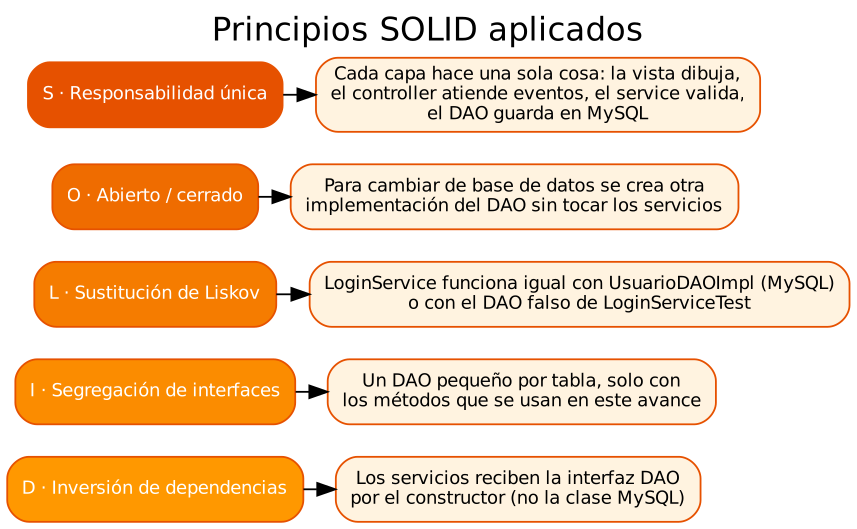
Earlier version of the Graphviz export docs/diagramas/solid.png (tonylee-ops/don-caffeto-apf3). Its source is kept beside it as docs/diagramas/solid.dot.
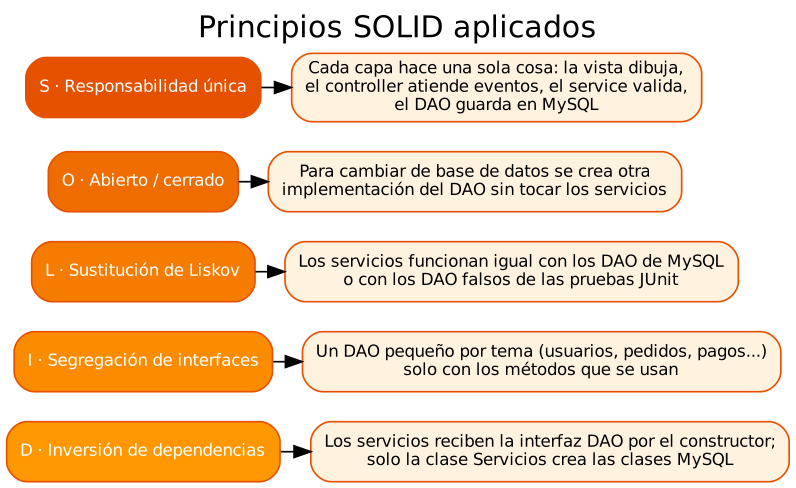
Above is the later version.

Change to the diagram source:
```diff
@@ -9,9 +9,9 @@
   node [fillcolor="#FFF3E0"];
   S1 [label="Cada capa hace una sola cosa: la vista dibuja,\nel controller atiende eventos, el service valida,\nel DAO guarda en MySQL"];
   O1 [label="Para cambiar de base de datos se crea otra\nimplementación del DAO sin tocar los servicios"];
-  L1 [label="LoginService funciona igual con UsuarioDAOImpl (MySQL)\no con el DAO falso de LoginServiceTest"];
-  I1 [label="Un DAO pequeño por tabla, solo con\nlos métodos que se usan en este avance"];
-  D1 [label="Los servicios reciben la interfaz DAO\npor el constructor (no la clase MySQL)"];
+  L1 [label="Los servicios funcionan igual con los DAO de MySQL\no con los DAO falsos de las pruebas JUnit"];
+  I1 [label="Un DAO pequeño por tema (usuarios, pedidos, pagos...)\nsolo con los métodos que se usan"];
+  D1 [label="Los servicios reciben la interfaz DAO por el constructor;\nsolo la clase Servicios crea las clases MySQL"];
   {rank=same; S; S1} {rank=same; O; O1} {rank=same; L; L1} {rank=same; I; I1} {rank=same; D; D1}
   S -> S1; O -> O1; L -> L1; I -> I1; D -> D1; S -> O -> L -> I -> D [style=invis];
 }
```
